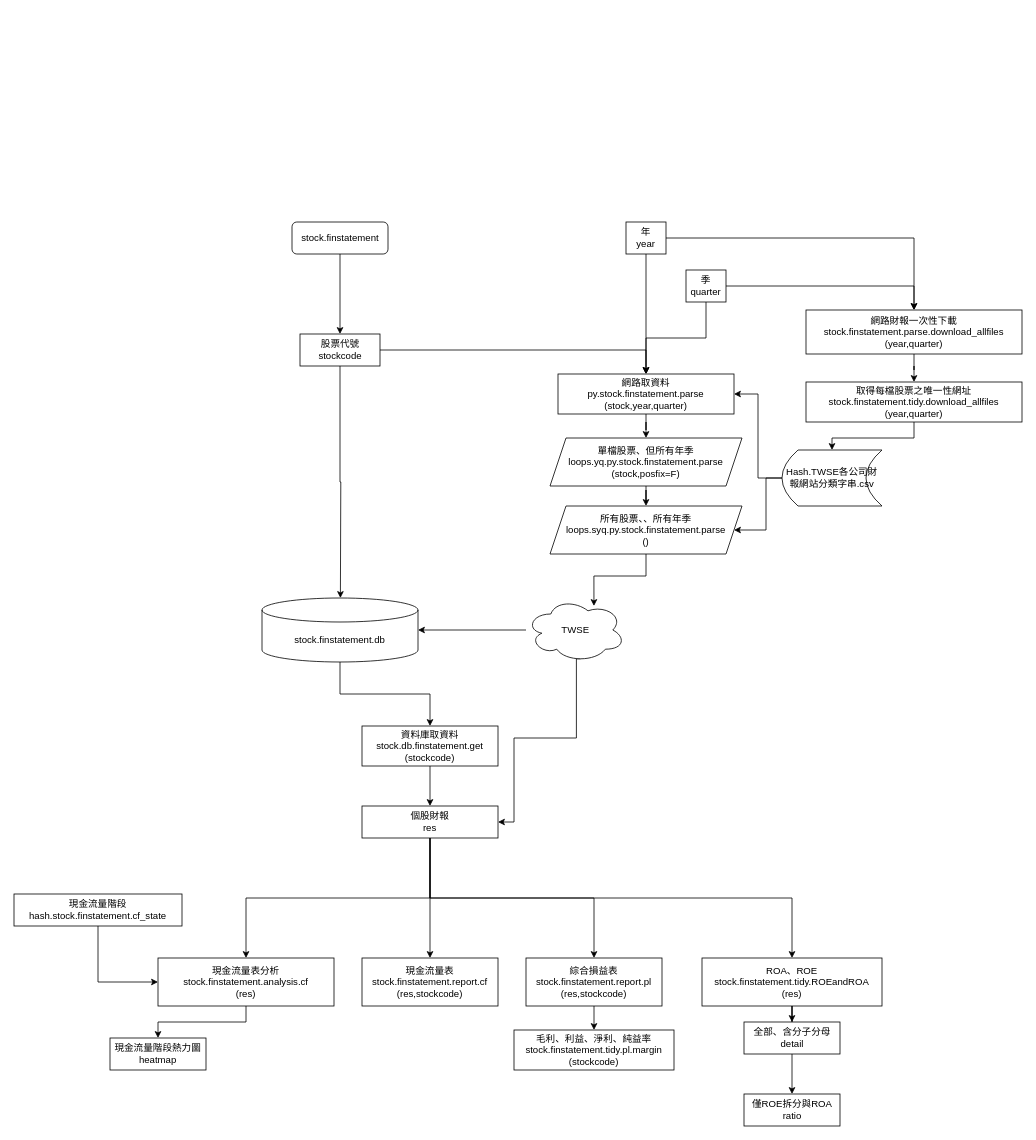
This is stock.finstatement.drawio from hahachang/man, a draw.io file, before an edit. Source tidied: cells renumbered, new cells numbered last; positions are measured from the earlier drawing's top-left corner, leaving out a move shared by most shapes. Both pictures are drawn from the tidied source at 80%, with x=0, y=0 at pixel (14, 222).
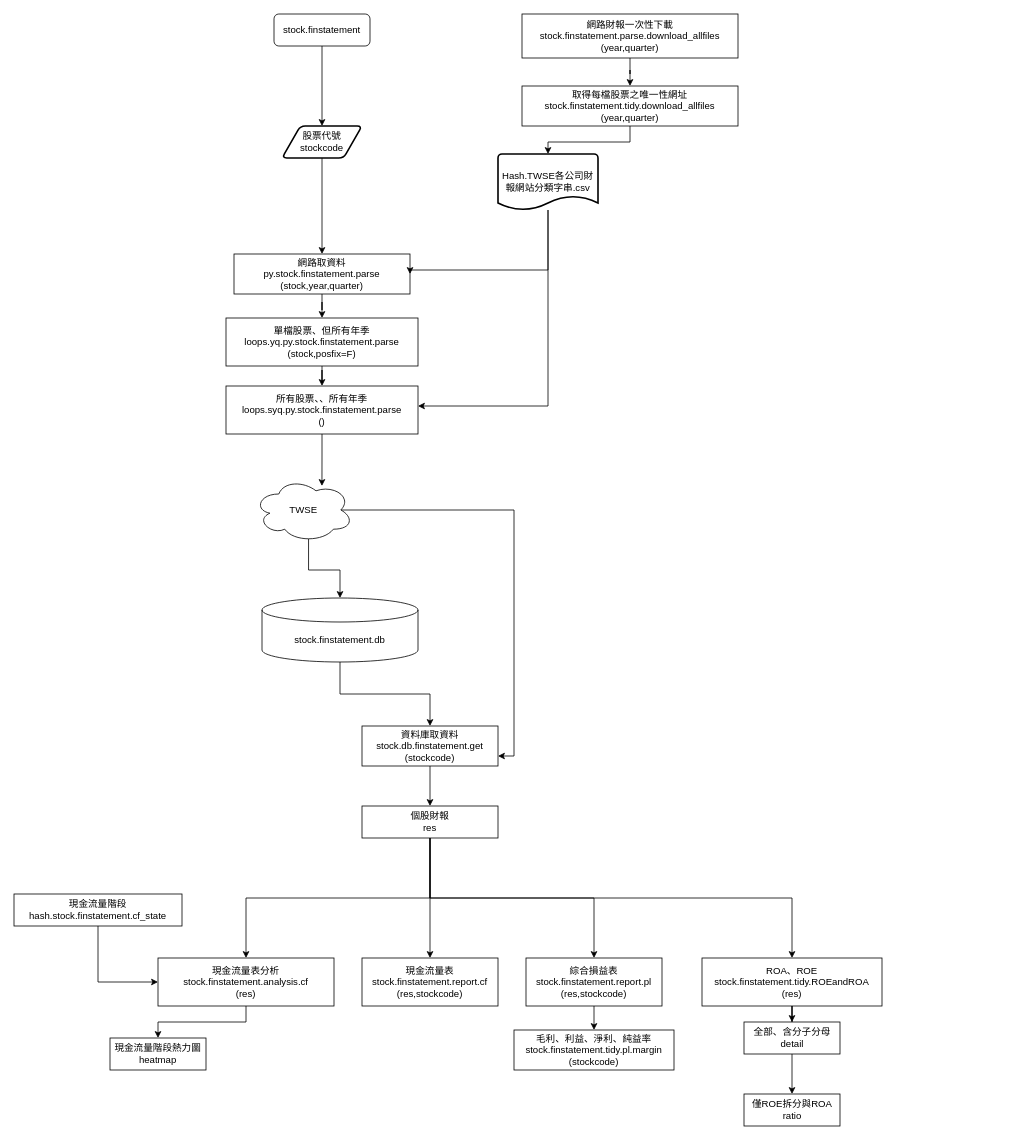
The same diagram, later.

Unchanged cells that the change refers to:
```xml
<mxCell id="5" value="資料庫取資料&lt;br&gt;stock.db.finstatement.get&lt;br&gt;(stockcode)" style="rounded=0;whiteSpace=wrap;html=1;" parent="1" vertex="1">
  <mxGeometry x="435" y="630" width="170" height="50" as="geometry" />
</mxCell>
<mxCell id="21" value="stock.finstatement.db" style="shape=cylinder3;whiteSpace=wrap;html=1;boundedLbl=1;backgroundOutline=1;size=15;" parent="1" vertex="1">
  <mxGeometry x="310" y="470" width="195" height="80" as="geometry" />
</mxCell>
<mxCell id="37" value="個股財報&lt;br&gt;res" style="rounded=0;whiteSpace=wrap;html=1;" parent="1" vertex="1">
  <mxGeometry x="435" y="730" width="170" height="40" as="geometry" />
</mxCell>
```

What changed in the source:
```diff
@@
     <mxCell id="3" value="stock.finstatement" style="rounded=1;whiteSpace=wrap;html=1;fontSize=12;glass=0;strokeWidth=1;shadow=0;" parent="1" vertex="1">
-      <mxGeometry x="347.5" width="120" height="40" as="geometry" />
+      <mxGeometry x="325" y="-260" width="120" height="40" as="geometry" />
     </mxCell>
@@
-    <mxCell id="10" style="edgeStyle=orthogonalEdgeStyle;rounded=0;jettySize=auto;html=1;exitX=1;exitY=0.5;exitDx=0;exitDy=0;" parent="1" edge="1" source="12" target="14">
-      <mxGeometry relative="1" as="geometry">
-        <Array as="points">
-          <mxPoint x="605" y="160" />
-          <mxPoint x="790" y="160" />
-        </Array>
-      </mxGeometry>
+    <mxCell id="10" style="edgeStyle=orthogonalEdgeStyle;rounded=0;jettySize=auto;html=1;" parent="1" edge="1" source="12" target="14">
+      <mxGeometry relative="1" as="geometry" />
     </mxCell>
-    <mxCell id="11" style="edgeStyle=orthogonalEdgeStyle;rounded=0;jettySize=auto;html=1;exitX=0.5;exitY=1;exitDx=0;exitDy=0;" parent="1" edge="1" source="12">
-      <mxGeometry relative="1" as="geometry">
-        <mxPoint x="408" y="470" as="targetPoint" />
-      </mxGeometry>
-    </mxCell>
-    <mxCell id="12" value="股票代號&lt;br&gt;stockcode" style="rounded=0;whiteSpace=wrap;html=1;" parent="1" vertex="1">
-      <mxGeometry x="357.5" y="140" width="100" height="40" as="geometry" />
+    <mxCell id="12" value="股票代號&lt;br&gt;stockcode" style="shape=parallelogram;html=1;strokeWidth=2;perimeter=parallelogramPerimeter;whiteSpace=wrap;rounded=1;arcSize=12;size=0.23;fontFamily=Helvetica;fontSize=12;fontColor=rgb(0, 0, 0);align=center;strokeColor=rgb(0, 0, 0);fillColor=rgb(255, 255, 255);" parent="1" vertex="1">
+      <mxGeometry x="335" y="-120" width="100" height="40" as="geometry" />
     </mxCell>
@@
     <mxCell id="14" value="網路取資料&lt;br&gt;py.stock.finstatement.parse&lt;br&gt;(stock,year,quarter)" style="rounded=0;whiteSpace=wrap;html=1;" parent="1" vertex="1">
-      <mxGeometry x="680" y="190" width="220" height="50" as="geometry" />
+      <mxGeometry x="275" y="40" width="220" height="50" as="geometry" />
     </mxCell>
@@
-    <mxCell id="22" style="edgeStyle=orthogonalEdgeStyle;rounded=0;jettySize=auto;html=1;entryX=1;entryY=0.5;entryDx=0;entryDy=0;entryPerimeter=0;" parent="1" edge="1" source="24" target="21">
+    <mxCell id="22" style="edgeStyle=orthogonalEdgeStyle;rounded=0;jettySize=auto;html=1;exitX=0.55;exitY=0.95;exitDx=0;exitDy=0;exitPerimeter=0;entryX=0.5;entryY=0;entryDx=0;entryDy=0;entryPerimeter=0;" parent="1" edge="1" source="24" target="21">
       <mxGeometry relative="1" as="geometry" />
     </mxCell>
-    <mxCell id="23" style="edgeStyle=orthogonalEdgeStyle;rounded=0;jettySize=auto;html=1;exitX=0.55;exitY=0.95;exitDx=0;exitDy=0;exitPerimeter=0;entryX=1;entryY=0.5;entryDx=0;entryDy=0;" parent="1" edge="1" source="24" target="37">
-      <mxGeometry relative="1" as="geometry">
-        <Array as="points">
-          <mxPoint x="703" y="645" />
-          <mxPoint x="625" y="645" />
-          <mxPoint x="625" y="750" />
-        </Array>
-      </mxGeometry>
-    </mxCell>
+    <mxCell id="52" style="edgeStyle=orthogonalEdgeStyle;rounded=0;jettySize=auto;html=1;exitX=0.875;exitY=0.5;exitDx=0;exitDy=0;exitPerimeter=0;entryX=1;entryY=0.75;entryDx=0;entryDy=0;" parent="1" edge="1" source="24" target="5">
+      <mxGeometry relative="1" as="geometry" />
+    </mxCell>
     <mxCell id="24" value="TWSE" style="ellipse;shape=cloud;whiteSpace=wrap;html=1;" parent="1" vertex="1">
-      <mxGeometry x="640" y="470" width="124" height="80" as="geometry" />
+      <mxGeometry x="300" y="320" width="124" height="80" as="geometry" />
     </mxCell>
@@
-    <mxCell id="26" value="&lt;span&gt;單檔股票、但所有年季&lt;br&gt;loops.yq.py.stock.finstatement.parse&lt;br&gt;(stock,posfix=F)&lt;br&gt;&lt;/span&gt;" style="shape=parallelogram;perimeter=parallelogramPerimeter;whiteSpace=wrap;html=1;fixedSize=1;" parent="1" vertex="1">
-      <mxGeometry x="670" y="270" width="240" height="60" as="geometry" />
+    <mxCell id="26" value="&lt;span&gt;單檔股票、但所有年季&lt;br&gt;loops.yq.py.stock.finstatement.parse&lt;br&gt;(stock,posfix=F)&lt;br&gt;&lt;/span&gt;" style="rounded=0;whiteSpace=wrap;html=1;fontFamily=Helvetica;fontSize=12;fontColor=rgb(0, 0, 0);align=center;strokeColor=rgb(0, 0, 0);fillColor=rgb(255, 255, 255);" parent="1" vertex="1">
+      <mxGeometry x="265" y="120" width="240" height="60" as="geometry" />
     </mxCell>
-    <mxCell id="27" style="edgeStyle=orthogonalEdgeStyle;rounded=0;jettySize=auto;html=1;exitX=0.5;exitY=1;exitDx=0;exitDy=0;entryX=0.5;entryY=0;entryDx=0;entryDy=0;" parent="1" edge="1" source="29" target="14">
-      <mxGeometry relative="1" as="geometry" />
-    </mxCell>
-    <mxCell id="28" style="edgeStyle=orthogonalEdgeStyle;rounded=0;jettySize=auto;html=1;entryX=0.5;entryY=0;entryDx=0;entryDy=0;" parent="1" edge="1" source="29" target="39">
-      <mxGeometry relative="1" as="geometry" />
-    </mxCell>
-    <mxCell id="29" value="年&lt;br&gt;year" style="rounded=0;whiteSpace=wrap;html=1;" parent="1" vertex="1">
-      <mxGeometry x="765" width="50" height="40" as="geometry" />
-    </mxCell>
-    <mxCell id="30" style="edgeStyle=orthogonalEdgeStyle;rounded=0;jettySize=auto;html=1;exitX=0.5;exitY=1;exitDx=0;exitDy=0;entryX=0.5;entryY=0;entryDx=0;entryDy=0;" parent="1" edge="1" source="32" target="14">
-      <mxGeometry relative="1" as="geometry" />
-    </mxCell>
-    <mxCell id="31" style="edgeStyle=orthogonalEdgeStyle;rounded=0;jettySize=auto;html=1;" parent="1" edge="1" source="32" target="39">
-      <mxGeometry relative="1" as="geometry" />
-    </mxCell>
-    <mxCell id="32" value="季&lt;br&gt;quarter" style="rounded=0;whiteSpace=wrap;html=1;" parent="1" vertex="1">
-      <mxGeometry x="840" y="60" width="50" height="40" as="geometry" />
-    </mxCell>
@@
     <mxCell id="39" value="網路財報一次性下載stock.finstatement.parse.download_allfiles&lt;br&gt;(year,quarter)" style="rounded=0;whiteSpace=wrap;html=1;" parent="1" vertex="1">
-      <mxGeometry x="990" y="110" width="270" height="55" as="geometry" />
+      <mxGeometry x="635" y="-260" width="270" height="55" as="geometry" />
     </mxCell>
@@
     <mxCell id="45" style="edgeStyle=orthogonalEdgeStyle;rounded=0;jettySize=auto;html=1;entryX=1;entryY=0.5;entryDx=0;entryDy=0;" parent="1" edge="1" source="47" target="14">
       <mxGeometry relative="1" as="geometry">
         <Array as="points">
-          <mxPoint x="930" y="320" />
-          <mxPoint x="930" y="215" />
+          <mxPoint x="495" y="60" />
         </Array>
       </mxGeometry>
     </mxCell>
     <mxCell id="46" style="edgeStyle=orthogonalEdgeStyle;rounded=0;jettySize=auto;html=1;" parent="1" edge="1" source="47" target="51">
       <mxGeometry relative="1" as="geometry">
         <Array as="points">
-          <mxPoint x="940" y="320" />
-          <mxPoint x="940" y="385" />
+          <mxPoint x="668" y="230" />
         </Array>
       </mxGeometry>
     </mxCell>
-    <mxCell id="47" value="Hash.TWSE各公司財報網站分類字串.csv" style="shape=dataStorage;whiteSpace=wrap;html=1;fixedSize=1;" parent="1" vertex="1">
-      <mxGeometry x="960" y="285" width="125" height="70" as="geometry" />
+    <mxCell id="47" value="Hash.TWSE各公司財報網站分類字串.csv" style="strokeWidth=2;html=1;shape=mxgraph.flowchart.document2;whiteSpace=wrap;size=0.25;fontFamily=Helvetica;fontSize=12;fontColor=rgb(0, 0, 0);align=center;strokeColor=rgb(0, 0, 0);fillColor=rgb(255, 255, 255);" parent="1" vertex="1">
+      <mxGeometry x="605" y="-85" width="125" height="70" as="geometry" />
     </mxCell>
@@
     <mxCell id="49" value="取得每檔股票之唯一性網址stock.finstatement.tidy.download_allfiles&lt;br&gt;(year,quarter)" style="rounded=0;whiteSpace=wrap;html=1;" parent="1" vertex="1">
-      <mxGeometry x="990" y="200" width="270" height="50" as="geometry" />
+      <mxGeometry x="635" y="-170" width="270" height="50" as="geometry" />
     </mxCell>
@@
-    <mxCell id="51" value="&lt;span&gt;所有股票、、所有年季&lt;br&gt;loops.syq.py.stock.finstatement.parse&lt;br&gt;()&lt;br&gt;&lt;/span&gt;" style="shape=parallelogram;perimeter=parallelogramPerimeter;whiteSpace=wrap;html=1;fixedSize=1;" parent="1" vertex="1">
-      <mxGeometry x="670" y="355" width="240" height="60" as="geometry" />
+    <mxCell id="51" value="&lt;span&gt;所有股票、、所有年季&lt;br&gt;loops.syq.py.stock.finstatement.parse&lt;br&gt;()&lt;br&gt;&lt;/span&gt;" style="rounded=0;whiteSpace=wrap;html=1;fontFamily=Helvetica;fontSize=12;fontColor=rgb(0, 0, 0);align=center;strokeColor=rgb(0, 0, 0);fillColor=rgb(255, 255, 255);" parent="1" vertex="1">
+      <mxGeometry x="265" y="205" width="240" height="60" as="geometry" />
     </mxCell>
```
